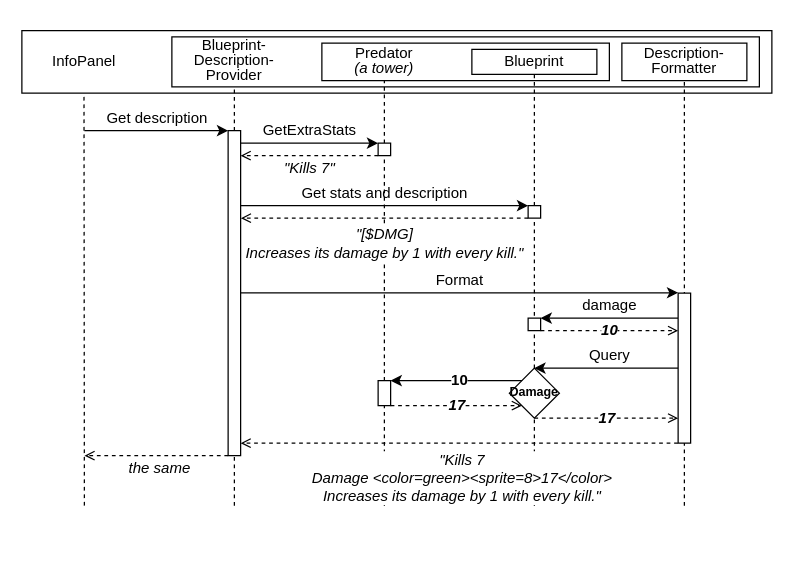
Earlier version of the draw.io diagram Thesis/diagrams/description formatting.drawio (Villfuk02/Project-Nitrogen). Source tidied: cells renumbered, new cells numbered last; positions are measured from the earlier drawing's top-left corner, leaving out a move shared by most shapes. Both pictures are drawn from the tidied source at 125%, with x=0, y=0 at pixel (21, 30).
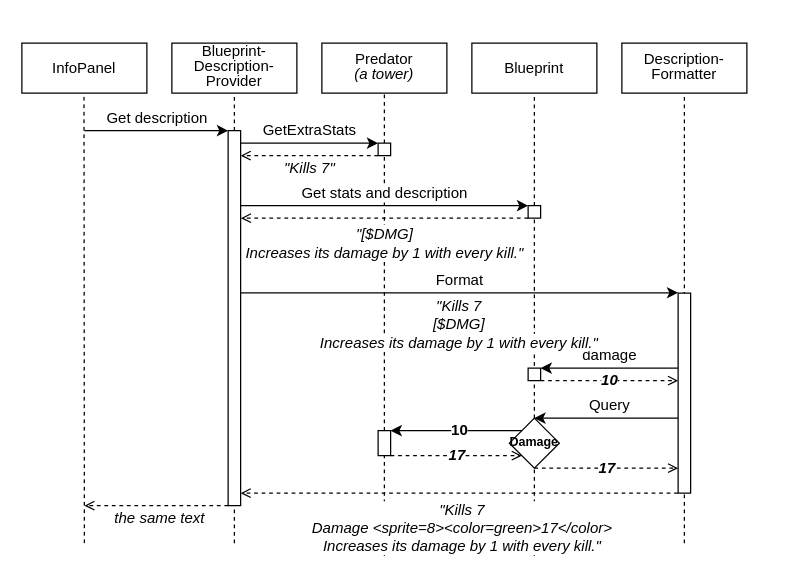
Above is the later version.

The edit, as a diff of the source:
```diff
@@
     <mxCell id="2" value="10" style="endArrow=classic;html=1;rounded=0;fontFamily=&quot;Latin Modern Regular 12&quot;;fontStyle=1;fontSize=12;" parent="1" edge="1">
       <mxGeometry relative="1" as="geometry">
-        <mxPoint x="405" y="280" as="sourcePoint" />
-        <mxPoint x="295" y="280" as="targetPoint" />
+        <mxPoint x="405" y="320" as="sourcePoint" />
+        <mxPoint x="295" y="320" as="targetPoint" />
       </mxGeometry>
     </mxCell>
     <mxCell id="3" style="rounded=0;whiteSpace=wrap;html=1;" parent="1" vertex="1">
-      <mxGeometry width="600" height="50" as="geometry" />
+      <mxGeometry y="10" width="100" height="40" as="geometry" />
     </mxCell>
     <mxCell id="4" style="rounded=0;whiteSpace=wrap;html=1;" parent="1" vertex="1">
-      <mxGeometry x="120" y="5" width="470" height="40" as="geometry" />
+      <mxGeometry x="120" y="10" width="100" height="40" as="geometry" />
     </mxCell>
     <mxCell id="5" style="rounded=0;whiteSpace=wrap;html=1;" parent="1" vertex="1">
-      <mxGeometry x="240" y="10" width="230" height="30" as="geometry" />
+      <mxGeometry x="240" y="10" width="100" height="40" as="geometry" />
     </mxCell>
     <mxCell id="6" value="Blueprint" style="rounded=0;whiteSpace=wrap;html=1;fontFamily=&quot;Latin Modern Mono 12&quot;;" parent="1" vertex="1">
-      <mxGeometry x="360" y="15" width="100" height="20" as="geometry" />
+      <mxGeometry x="360" y="10" width="100" height="40" as="geometry" />
     </mxCell>
     <mxCell id="7" value="&lt;p style=&quot;line-height: 100%;&quot;&gt;Predator&lt;br&gt;&lt;i&gt;&lt;font face=&quot;&amp;quot;Latin Modern Regular 12&amp;quot;&quot;&gt;(a tower)&lt;/font&gt;&lt;/i&gt;&lt;/p&gt;" style="text;html=1;align=center;verticalAlign=middle;whiteSpace=wrap;rounded=0;fontFamily=&quot;Latin Modern Mono 12&quot;;spacingBottom=5;" parent="1" vertex="1">
-      <mxGeometry x="240" y="10" width="100" height="30" as="geometry" />
+      <mxGeometry x="240" y="10" width="100" height="40" as="geometry" />
     </mxCell>
     <mxCell id="8" value="&lt;p style=&quot;line-height: 100%;&quot;&gt;Description-&lt;br&gt;Formatter&lt;/p&gt;" style="rounded=0;whiteSpace=wrap;html=1;fontFamily=&quot;Latin Modern Mono 12&quot;;spacingBottom=5;" parent="1" vertex="1">
-      <mxGeometry x="480" y="10" width="100" height="30" as="geometry" />
+      <mxGeometry x="480" y="10" width="100" height="40" as="geometry" />
     </mxCell>
     <mxCell id="9" value="&lt;p style=&quot;line-height: 100%;&quot;&gt;&lt;span style=&quot;font-family: &amp;quot;Latin Modern Mono 12&amp;quot;;&quot;&gt;Blueprint-Description-Provider&lt;/span&gt;&lt;/p&gt;" style="text;html=1;align=center;verticalAlign=middle;whiteSpace=wrap;rounded=0;spacingBottom=5;" parent="1" vertex="1">
-      <mxGeometry x="120" y="5" width="100" height="40" as="geometry" />
+      <mxGeometry x="120" y="10" width="100" height="40" as="geometry" />
     </mxCell>
     <mxCell id="10" value="InfoPanel" style="text;html=1;align=center;verticalAlign=middle;whiteSpace=wrap;rounded=0;fontFamily=&quot;Latin Modern Mono 12&quot;;" parent="1" vertex="1">
-      <mxGeometry y="15" width="100" height="20" as="geometry" />
+      <mxGeometry y="20" width="100" height="20" as="geometry" />
     </mxCell>
     <mxCell id="11" style="endArrow=none;html=1;rounded=0;dashed=1;" parent="1" edge="1">
       <mxGeometry relative="1" as="geometry">
-        <mxPoint x="50" y="380" as="sourcePoint" />
+        <mxPoint x="50" y="410" as="sourcePoint" />
         <mxPoint x="49.7" y="50" as="targetPoint" />
       </mxGeometry>
     </mxCell>
@@
-    <mxCell id="15" style="endArrow=none;html=1;rounded=0;dashed=1;entryX=0.5;entryY=1;entryDx=0;entryDy=0;" parent="1" edge="1">
+    <mxCell id="15" style="endArrow=none;html=1;rounded=0;dashed=1;" parent="1" edge="1">
       <mxGeometry relative="1" as="geometry">
-        <mxPoint x="530" y="380" as="sourcePoint" />
-        <mxPoint x="530" y="40" as="targetPoint" />
+        <mxPoint x="530" y="410" as="sourcePoint" />
+        <mxPoint x="530" y="50" as="targetPoint" />
       </mxGeometry>
     </mxCell>
@@
-    <mxCell id="18" value="&lt;font&gt;Get stats and description&lt;/font&gt;" style="endArrow=classic;html=1;rounded=0;fontFamily=&quot;Latin Modern Regular 12&quot;;fontSize=12;" parent="1" edge="1">
-      <mxGeometry y="10" relative="1" as="geometry">
-        <mxPoint x="175" y="140" as="sourcePoint" />
-        <mxPoint x="405" y="140" as="targetPoint" />
-      </mxGeometry>
-    </mxCell>
@@
-    <mxCell id="20" value="the same" style="endArrow=open;html=1;rounded=0;dashed=1;endFill=0;fontFamily=&quot;Latin Modern Regular 12&quot;;exitX=0;exitY=1;exitDx=0;exitDy=0;fontSize=12;fontStyle=2;" parent="1" edge="1">
+    <mxCell id="20" value="the same text" style="endArrow=open;html=1;rounded=0;dashed=1;endFill=0;fontFamily=&quot;Latin Modern Regular 12&quot;;exitX=0;exitY=1;exitDx=0;exitDy=0;fontSize=12;fontStyle=2;" parent="1" edge="1">
       <mxGeometry x="-0.04" y="10" relative="1" as="geometry">
-        <mxPoint x="165" y="340" as="sourcePoint" />
-        <mxPoint x="50.1" y="340" as="targetPoint" />
+        <mxPoint x="165" y="380" as="sourcePoint" />
+        <mxPoint x="50" y="380" as="targetPoint" />
       </mxGeometry>
     </mxCell>
     <mxCell id="21" value="damage" style="endArrow=classic;html=1;rounded=0;fontFamily=&quot;Latin Modern Mono 12&quot;;fontSize=12;" parent="1" edge="1">
       <mxGeometry y="-10" relative="1" as="geometry">
-        <mxPoint x="525" y="230" as="sourcePoint" />
-        <mxPoint x="415" y="230" as="targetPoint" />
+        <mxPoint x="525" y="270" as="sourcePoint" />
+        <mxPoint x="415" y="270" as="targetPoint" />
       </mxGeometry>
     </mxCell>
     <mxCell id="22" value="10" style="endArrow=open;html=1;rounded=0;dashed=1;endFill=0;fontFamily=&quot;Latin Modern Regular 12&quot;;fontStyle=3;fontSize=12;" parent="1" edge="1">
       <mxGeometry relative="1" as="geometry">
-        <mxPoint x="415" y="240" as="sourcePoint" />
-        <mxPoint x="525" y="240" as="targetPoint" />
+        <mxPoint x="415" y="280" as="sourcePoint" />
+        <mxPoint x="525" y="280" as="targetPoint" />
       </mxGeometry>
     </mxCell>
-    <mxCell id="23" value="Query" style="endArrow=classic;html=1;rounded=0;fontFamily=&quot;Latin Modern Mono 12&quot;;fontSize=12;exitX=0.5;exitY=0.5;exitDx=0;exitDy=0;exitPerimeter=0;" parent="1" edge="1" source="34">
+    <mxCell id="23" value="Query" style="endArrow=classic;html=1;rounded=0;fontFamily=&quot;Latin Modern Mono 12&quot;;fontSize=12;exitX=0.5;exitY=0.5;exitDx=0;exitDy=0;exitPerimeter=0;" parent="1" edge="1">
       <mxGeometry y="-10" relative="1" as="geometry">
-        <mxPoint x="410" y="270" as="targetPoint" />
+        <mxPoint x="530" y="310" as="sourcePoint" />
+        <mxPoint x="410" y="310" as="targetPoint" />
       </mxGeometry>
     </mxCell>
     <mxCell id="24" value="17" style="endArrow=open;html=1;rounded=0;dashed=1;endFill=0;fontFamily=&quot;Latin Modern Regular 12&quot;;fontStyle=3;fontSize=12;exitX=0.5;exitY=1;exitDx=0;exitDy=0;" parent="1" edge="1" source="26">
       <mxGeometry relative="1" as="geometry">
-        <mxPoint x="525" y="310" as="targetPoint" />
+        <mxPoint x="525" y="350" as="targetPoint" />
       </mxGeometry>
     </mxCell>
     <mxCell id="25" style="endArrow=none;html=1;rounded=0;dashed=1;entryX=0.5;entryY=1;entryDx=0;entryDy=0;" parent="1" edge="1" target="26">
       <mxGeometry relative="1" as="geometry">
-        <mxPoint x="410" y="380" as="sourcePoint" />
+        <mxPoint x="410" y="420" as="sourcePoint" />
       </mxGeometry>
     </mxCell>
     <mxCell id="26" value="Damage" style="rhombus;whiteSpace=wrap;html=1;fontFamily=&quot;Latin Modern Mono 12&quot;;fontSize=10;spacingBottom=2;fontStyle=1;" parent="1" vertex="1">
-      <mxGeometry x="390" y="270" width="40" height="40" as="geometry" />
+      <mxGeometry x="390" y="310" width="40" height="40" as="geometry" />
     </mxCell>
     <mxCell id="27" value="17" style="endArrow=open;html=1;rounded=0;dashed=1;endFill=0;fontFamily=&quot;Latin Modern Regular 12&quot;;fontStyle=3;fontSize=12;" parent="1" edge="1">
       <mxGeometry relative="1" as="geometry">
-        <mxPoint x="295" y="300" as="sourcePoint" />
-        <mxPoint x="400" y="300" as="targetPoint" />
+        <mxPoint x="295" y="340" as="sourcePoint" />
+        <mxPoint x="400" y="340" as="targetPoint" />
       </mxGeometry>
     </mxCell>
-    <mxCell id="28" style="endArrow=none;html=1;rounded=0;dashed=1;entryX=0.5;entryY=1;entryDx=0;entryDy=0;" parent="1" edge="1" target="29">
+    <mxCell id="28" style="endArrow=none;html=1;rounded=0;dashed=1;entryX=0.5;entryY=1;entryDx=0;entryDy=0;" parent="1" edge="1">
       <mxGeometry relative="1" as="geometry">
-        <mxPoint x="170" y="380" as="sourcePoint" />
+        <mxPoint x="170" y="410" as="sourcePoint" />
+        <mxPoint x="170" y="380" as="targetPoint" />
       </mxGeometry>
     </mxCell>
     <mxCell id="29" style="rounded=0;whiteSpace=wrap;html=1;" parent="1" vertex="1">
-      <mxGeometry x="165" y="80" width="10" height="260" as="geometry" />
+      <mxGeometry x="165" y="80" width="10" height="300" as="geometry" />
     </mxCell>
@@
     <mxCell id="34" style="rounded=0;whiteSpace=wrap;html=1;" parent="1" vertex="1">
-      <mxGeometry x="525" y="210" width="10" height="120" as="geometry" />
+      <mxGeometry x="525" y="210" width="10" height="160" as="geometry" />
     </mxCell>
     <mxCell id="35" style="rounded=0;whiteSpace=wrap;html=1;" parent="1" vertex="1">
-      <mxGeometry x="405" y="230" width="10" height="10" as="geometry" />
+      <mxGeometry x="405" y="270" width="10" height="10" as="geometry" />
     </mxCell>
     <mxCell id="36" style="endArrow=none;html=1;rounded=0;dashed=1;entryX=0.5;entryY=1;entryDx=0;entryDy=0;" parent="1" edge="1" target="37">
       <mxGeometry relative="1" as="geometry">
-        <mxPoint x="290" y="380" as="sourcePoint" />
+        <mxPoint x="290" y="420" as="sourcePoint" />
       </mxGeometry>
     </mxCell>
     <mxCell id="37" style="rounded=0;whiteSpace=wrap;html=1;" parent="1" vertex="1">
-      <mxGeometry x="285" y="280" width="10" height="20" as="geometry" />
+      <mxGeometry x="285" y="320" width="10" height="20" as="geometry" />
     </mxCell>
@@
-    <mxCell id="40" value="&quot;Kills 7&lt;br style=&quot;font-size: 12px;&quot;&gt;Damage &amp;lt;color=green&amp;gt;&amp;lt;sprite=8&amp;gt;17&amp;lt;/color&amp;gt;&lt;br style=&quot;font-size: 12px;&quot;&gt;Increases its damage by 1 with every kill.&quot;" style="endArrow=open;html=1;rounded=0;dashed=1;endFill=0;fontFamily=&quot;Latin Modern Regular 12&quot;;fontStyle=2;fontSize=12;" parent="1" edge="1">
+    <mxCell id="40" value="&quot;Kills 7&lt;br style=&quot;font-size: 12px;&quot;&gt;Damage &amp;lt;sprite=8&amp;gt;&amp;lt;color=green&amp;gt;17&amp;lt;/color&amp;gt;&lt;br style=&quot;font-size: 12px;&quot;&gt;Increases its damage by 1 with every kill.&quot;" style="endArrow=open;html=1;rounded=0;dashed=1;endFill=0;fontFamily=&quot;Latin Modern Regular 12&quot;;fontStyle=2;fontSize=12;" parent="1" edge="1">
       <mxGeometry x="-0.01" y="28" relative="1" as="geometry">
-        <mxPoint x="524.8" y="330" as="sourcePoint" />
-        <mxPoint x="175" y="330" as="targetPoint" />
+        <mxPoint x="524.8" y="370" as="sourcePoint" />
+        <mxPoint x="175" y="370" as="targetPoint" />
       </mxGeometry>
     </mxCell>
+    <mxCell id="18" value="&lt;font&gt;Get stats and description&lt;/font&gt;" style="endArrow=classic;html=1;rounded=0;fontFamily=&quot;Latin Modern Regular 12&quot;;fontSize=12;" parent="1" edge="1">
+      <mxGeometry y="10" relative="1" as="geometry">
+        <mxPoint x="175" y="140" as="sourcePoint" />
+        <mxPoint x="405" y="140" as="targetPoint" />
+      </mxGeometry>
+    </mxCell>
+    <mxCell id="41" value="&lt;span style=&quot;text-wrap: nowrap; background-color: rgb(255, 255, 255); font-size: 12px;&quot;&gt;&quot;Kills 7&lt;/span&gt;&lt;br style=&quot;text-wrap: nowrap; font-size: 12px;&quot;&gt;&lt;font style=&quot;font-size: 12px;&quot;&gt;&lt;span style=&quot;text-wrap: nowrap; background-color: rgb(255, 255, 255); font-size: 12px;&quot;&gt;&lt;span style=&quot;font-size: 12px;&quot;&gt;[$DMG]&lt;/span&gt;&lt;/span&gt;&lt;/font&gt;&lt;br style=&quot;text-wrap: nowrap; font-size: 12px;&quot;&gt;&lt;span style=&quot;text-wrap: nowrap; background-color: rgb(255, 255, 255); font-size: 12px;&quot;&gt;Increases its damage by 1 with every kill.&quot;&lt;/span&gt;" style="text;html=1;align=center;verticalAlign=middle;whiteSpace=wrap;rounded=0;fontFamily=&quot;Latin Modern Regular 12&quot;;fontSize=12;fontStyle=2;" parent="1" vertex="1">
+      <mxGeometry x="250" y="220" width="200" height="30" as="geometry" />
+    </mxCell>
```
